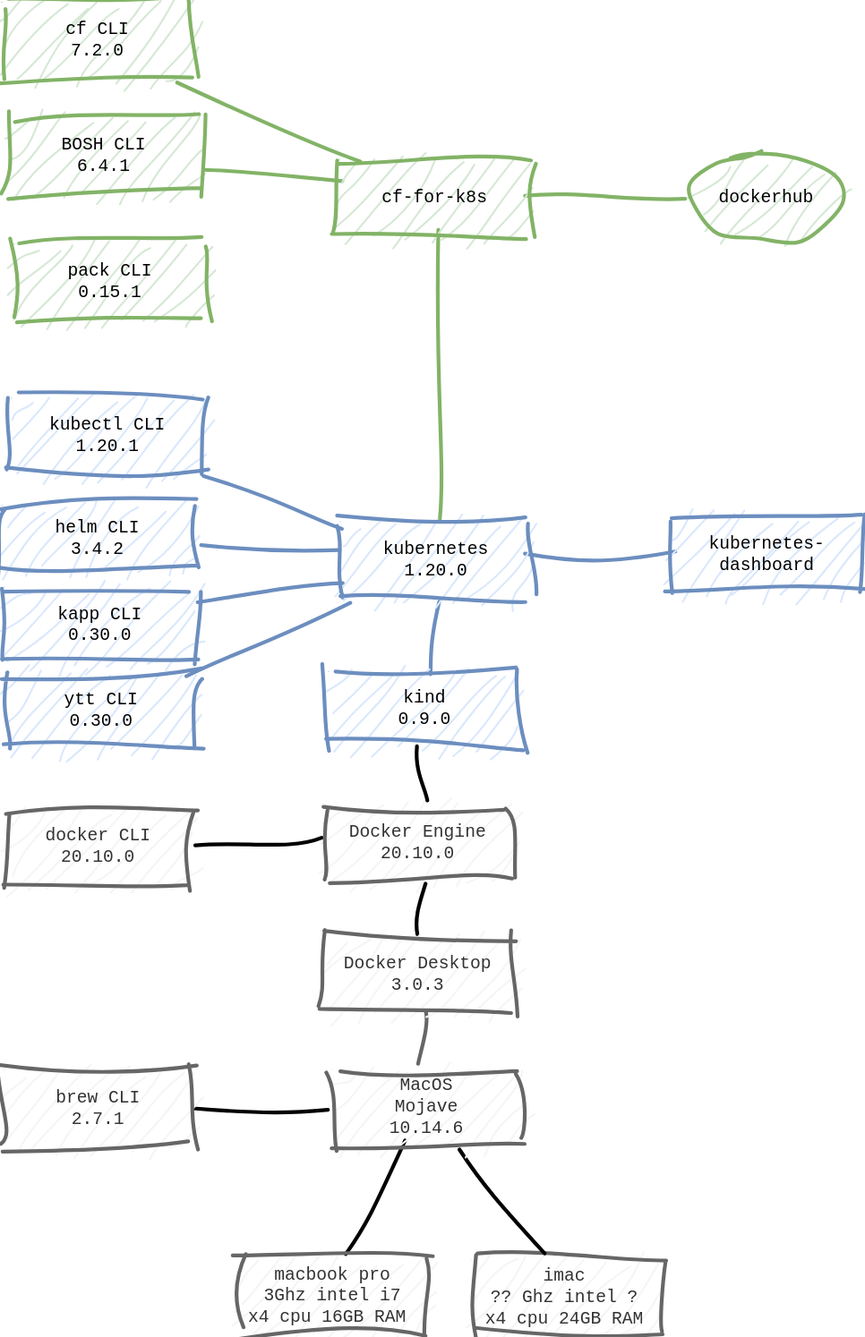
Earlier version of the draw.io export docs/diagrams-STACK.svg (pauldougan/cf4k8s-local). Source tidied: cells renumbered, new cells last; positions are measured from the earlier drawing's top-left corner, leaving out a move shared by most shapes.
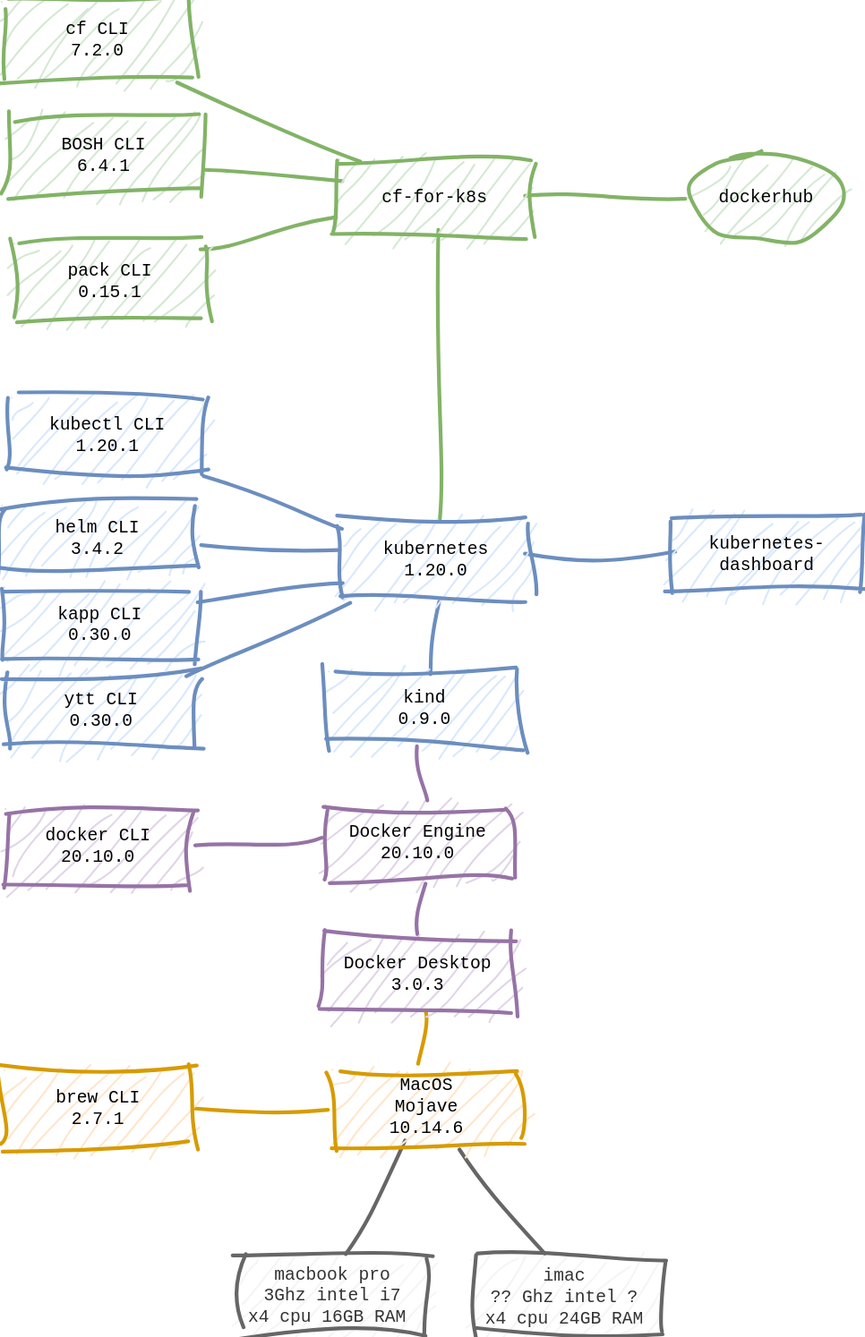
The same file after the commit.

Commit message:
colour code diagram

What changed in the source:
```diff
@@ -2,7 +2,7 @@
   <root>
     <mxCell id="0" />
     <mxCell id="1" value="hardware" parent="0" />
-    <mxCell id="2" style="edgeStyle=none;rounded=0;sketch=1;jiggle=3;disableMultiStroke=1;disableMultiStrokeFill=1;jettySize=auto;html=1;endArrow=none;endFill=0;strokeWidth=3;fontFamily=Courier;fontSize=14;" parent="1" edge="1" source="3" target="8">
+    <mxCell id="2" style="edgeStyle=none;rounded=0;sketch=1;jiggle=3;disableMultiStroke=1;disableMultiStrokeFill=1;jettySize=auto;html=1;endArrow=none;endFill=0;strokeWidth=3;fontFamily=Courier;fontSize=14;fillColor=#f5f5f5;strokeColor=#666666;" parent="1" edge="1" source="3" target="8">
       <mxGeometry relative="1" as="geometry" />
     </mxCell>
     <mxCell id="3" value="macbook pro&lt;br&gt;3Ghz intel i7&lt;br&gt;x4 cpu 16GB RAM&amp;nbsp;" style="rounded=0;whiteSpace=wrap;html=1;sketch=1;jiggle=3;disableMultiStroke=1;disableMultiStrokeFill=1;fontFamily=Courier;strokeWidth=3;fontSize=14;fillColor=#f5f5f5;strokeColor=#666666;fontColor=#333333;" parent="1" vertex="1">
@@ -12,35 +12,35 @@
       <mxGeometry x="374" y="1004" width="150" height="60" as="geometry" />
     </mxCell>
     <mxCell id="5" value="OS" parent="0" />
-    <mxCell id="6" style="edgeStyle=none;rounded=0;sketch=1;jiggle=3;disableMultiStroke=1;disableMultiStrokeFill=1;jettySize=auto;html=1;endArrow=none;endFill=0;strokeWidth=3;fontFamily=Courier;fontSize=14;" parent="5" edge="1" source="8" target="9">
+    <mxCell id="6" style="edgeStyle=none;rounded=0;sketch=1;jiggle=3;disableMultiStroke=1;disableMultiStrokeFill=1;jettySize=auto;html=1;endArrow=none;endFill=0;strokeWidth=3;fontFamily=Courier;fontSize=14;fillColor=#ffe6cc;strokeColor=#d79b00;" parent="5" edge="1" source="8" target="9">
       <mxGeometry relative="1" as="geometry" />
     </mxCell>
-    <mxCell id="7" style="edgeStyle=none;rounded=0;sketch=1;jiggle=3;disableMultiStroke=1;disableMultiStrokeFill=1;jettySize=auto;html=1;endArrow=none;endFill=0;strokeWidth=3;fontFamily=Courier;fontSize=14;" parent="5" edge="1" source="8" target="4">
+    <mxCell id="7" style="edgeStyle=none;rounded=0;sketch=1;jiggle=3;disableMultiStroke=1;disableMultiStrokeFill=1;jettySize=auto;html=1;endArrow=none;endFill=0;strokeWidth=3;fontFamily=Courier;fontSize=14;fillColor=#f5f5f5;strokeColor=#666666;" parent="5" edge="1" source="8" target="4">
       <mxGeometry relative="1" as="geometry" />
     </mxCell>
-    <mxCell id="8" value="MacOS&lt;br&gt;Mojave&lt;br&gt;10.14.6" style="rounded=0;whiteSpace=wrap;html=1;sketch=1;jiggle=3;disableMultiStroke=1;disableMultiStrokeFill=1;fontFamily=Courier;strokeWidth=3;fontSize=14;fillColor=#f5f5f5;strokeColor=#666666;fontColor=#333333;" parent="5" vertex="1">
+    <mxCell id="8" value="MacOS&lt;br&gt;Mojave&lt;br&gt;10.14.6" style="rounded=0;whiteSpace=wrap;html=1;sketch=1;jiggle=3;disableMultiStroke=1;disableMultiStrokeFill=1;fontFamily=Courier;strokeWidth=3;fontSize=14;fillColor=#ffe6cc;strokeColor=#d79b00;" parent="5" vertex="1">
       <mxGeometry x="264" y="852" width="150" height="60" as="geometry" />
     </mxCell>
-    <mxCell id="9" value="brew CLI&lt;br&gt;2.7.1" style="rounded=0;whiteSpace=wrap;html=1;sketch=1;jiggle=3;disableMultiStroke=1;disableMultiStrokeFill=1;fontFamily=Courier;strokeWidth=3;fontSize=14;fillColor=#f5f5f5;strokeColor=#666666;fontColor=#333333;" parent="5" vertex="1">
+    <mxCell id="9" value="brew CLI&lt;br&gt;2.7.1" style="rounded=0;whiteSpace=wrap;html=1;sketch=1;jiggle=3;disableMultiStroke=1;disableMultiStrokeFill=1;fontFamily=Courier;strokeWidth=3;fontSize=14;fillColor=#ffe6cc;strokeColor=#d79b00;" parent="5" vertex="1">
       <mxGeometry x="2" y="853" width="150" height="60" as="geometry" />
     </mxCell>
     <mxCell id="10" value="docker" parent="0" />
-    <mxCell id="11" style="rounded=0;jettySize=auto;html=1;fontFamily=Courier;fontSize=14;endArrow=none;endFill=0;sketch=1;disableMultiStroke=1;disableMultiStrokeFill=1;jiggle=3;strokeWidth=3;fillColor=#f5f5f5;strokeColor=#666666;" parent="10" edge="1" source="8" target="14">
+    <mxCell id="11" style="rounded=0;jettySize=auto;html=1;fontFamily=Courier;fontSize=14;endArrow=none;endFill=0;sketch=1;disableMultiStroke=1;disableMultiStrokeFill=1;jiggle=3;strokeWidth=3;fillColor=#ffe6cc;strokeColor=#d79b00;" parent="10" edge="1" source="8" target="14">
       <mxGeometry relative="1" as="geometry" />
     </mxCell>
-    <mxCell id="12" style="edgeStyle=none;rounded=0;sketch=1;jiggle=3;disableMultiStroke=1;disableMultiStrokeFill=1;jettySize=auto;html=1;endArrow=none;endFill=0;strokeWidth=3;fontFamily=Courier;fontSize=14;" parent="10" edge="1" source="15" target="14">
+    <mxCell id="12" style="edgeStyle=none;rounded=0;sketch=1;jiggle=3;disableMultiStroke=1;disableMultiStrokeFill=1;jettySize=auto;html=1;endArrow=none;endFill=0;strokeWidth=3;fontFamily=Courier;fontSize=14;fillColor=#e1d5e7;strokeColor=#9673a6;" parent="10" edge="1" source="15" target="14">
       <mxGeometry relative="1" as="geometry" />
     </mxCell>
-    <mxCell id="13" style="edgeStyle=none;rounded=0;sketch=1;jiggle=3;disableMultiStroke=1;disableMultiStrokeFill=1;jettySize=auto;html=1;endArrow=none;endFill=0;strokeWidth=3;fontFamily=Courier;fontSize=14;" parent="10" edge="1" source="15" target="16">
+    <mxCell id="13" style="edgeStyle=none;rounded=0;sketch=1;jiggle=3;disableMultiStroke=1;disableMultiStrokeFill=1;jettySize=auto;html=1;endArrow=none;endFill=0;strokeWidth=3;fontFamily=Courier;fontSize=14;fillColor=#e1d5e7;strokeColor=#9673a6;" parent="10" edge="1" source="15" target="16">
       <mxGeometry relative="1" as="geometry" />
     </mxCell>
-    <mxCell id="14" value="Docker Desktop&lt;br&gt;3.0.3" style="rounded=0;whiteSpace=wrap;html=1;sketch=1;jiggle=3;disableMultiStroke=1;disableMultiStrokeFill=1;fontFamily=Courier;strokeWidth=3;fontSize=14;fillColor=#f5f5f5;strokeColor=#666666;fontColor=#333333;" parent="10" vertex="1">
+    <mxCell id="14" value="Docker Desktop&lt;br&gt;3.0.3" style="rounded=0;whiteSpace=wrap;html=1;sketch=1;jiggle=3;disableMultiStroke=1;disableMultiStrokeFill=1;fontFamily=Courier;strokeWidth=3;fontSize=14;fillColor=#e1d5e7;strokeColor=#9673a6;" parent="10" vertex="1">
       <mxGeometry x="258" y="746" width="148" height="60" as="geometry" />
     </mxCell>
-    <mxCell id="15" value="Docker Engine&lt;br&gt;20.10.0" style="rounded=0;whiteSpace=wrap;html=1;sketch=1;jiggle=3;disableMultiStroke=1;disableMultiStrokeFill=1;fontFamily=Courier;strokeWidth=3;fontSize=14;fillColor=#f5f5f5;strokeColor=#666666;fontColor=#333333;" parent="10" vertex="1">
+    <mxCell id="15" value="Docker Engine&lt;br&gt;20.10.0" style="rounded=0;whiteSpace=wrap;html=1;sketch=1;jiggle=3;disableMultiStroke=1;disableMultiStrokeFill=1;fontFamily=Courier;strokeWidth=3;fontSize=14;fillColor=#e1d5e7;strokeColor=#9673a6;" parent="10" vertex="1">
       <mxGeometry x="258" y="641" width="148" height="60" as="geometry" />
     </mxCell>
-    <mxCell id="16" value="docker CLI&lt;br&gt;20.10.0" style="rounded=0;whiteSpace=wrap;html=1;sketch=1;jiggle=3;disableMultiStroke=1;disableMultiStrokeFill=1;fontFamily=Courier;strokeWidth=3;fontSize=14;fillColor=#f5f5f5;strokeColor=#666666;fontColor=#333333;" parent="10" vertex="1">
+    <mxCell id="16" value="docker CLI&lt;br&gt;20.10.0" style="rounded=0;whiteSpace=wrap;html=1;sketch=1;jiggle=3;disableMultiStroke=1;disableMultiStrokeFill=1;fontFamily=Courier;strokeWidth=3;fontSize=14;fillColor=#e1d5e7;strokeColor=#9673a6;" parent="10" vertex="1">
       <mxGeometry x="3" y="644" width="148" height="60" as="geometry" />
     </mxCell>
     <mxCell id="17" value="kind" parent="0" />
@@ -50,7 +50,7 @@
     <mxCell id="19" style="edgeStyle=none;rounded=0;sketch=1;jiggle=3;disableMultiStroke=1;disableMultiStrokeFill=1;jettySize=auto;html=1;endArrow=none;endFill=0;strokeWidth=3;fontFamily=Courier;fontSize=14;fillColor=#dae8fc;strokeColor=#6c8ebf;" parent="17" edge="1" source="21" target="27">
       <mxGeometry relative="1" as="geometry" />
     </mxCell>
-    <mxCell id="20" style="edgeStyle=none;rounded=0;sketch=1;jiggle=3;disableMultiStroke=1;disableMultiStrokeFill=1;jettySize=auto;html=1;endArrow=none;endFill=0;strokeWidth=3;fontFamily=Courier;fontSize=14;" parent="17" edge="1" source="21" target="15">
+    <mxCell id="20" style="edgeStyle=none;rounded=0;sketch=1;jiggle=3;disableMultiStroke=1;disableMultiStrokeFill=1;jettySize=auto;html=1;endArrow=none;endFill=0;strokeWidth=3;fontFamily=Courier;fontSize=14;fillColor=#e1d5e7;strokeColor=#9673a6;" parent="17" edge="1" source="21" target="15">
       <mxGeometry relative="1" as="geometry" />
     </mxCell>
     <mxCell id="21" value="kind&lt;br&gt;0.9.0" style="rounded=0;whiteSpace=wrap;html=1;sketch=1;jiggle=3;disableMultiStroke=1;disableMultiStrokeFill=1;fontFamily=Courier;strokeWidth=3;fontSize=14;fillColor=#dae8fc;strokeColor=#6c8ebf;" parent="17" vertex="1">
@@ -59,6 +59,9 @@
     <mxCell id="22" style="edgeStyle=none;rounded=0;sketch=1;jiggle=3;disableMultiStroke=1;disableMultiStrokeFill=1;jettySize=auto;html=1;endArrow=none;endFill=0;strokeWidth=3;fontFamily=Courier;fontSize=14;fillColor=#dae8fc;strokeColor=#6c8ebf;" parent="17" edge="1" source="34" target="27">
       <mxGeometry relative="1" as="geometry" />
     </mxCell>
+    <mxCell id="44" style="edgeStyle=none;rounded=0;sketch=1;jiggle=3;disableMultiStroke=1;disableMultiStrokeFill=1;jettySize=auto;html=1;endArrow=none;endFill=0;strokeWidth=3;fontFamily=Courier;fontSize=14;fillColor=#d5e8d4;strokeColor=#82b366;" parent="17" edge="1" source="41" target="38">
+      <mxGeometry relative="1" as="geometry" />
+    </mxCell>
     <mxCell id="23" value="kubernetes" parent="0" />
     <mxCell id="24" style="edgeStyle=none;rounded=0;sketch=1;jiggle=3;disableMultiStroke=1;disableMultiStrokeFill=1;jettySize=auto;html=1;endArrow=none;endFill=0;fontFamily=Courier;fontSize=14;strokeWidth=3;fillColor=#dae8fc;strokeColor=#6c8ebf;" parent="23" edge="1" source="27" target="30">
       <mxGeometry relative="1" as="geometry" />
```
